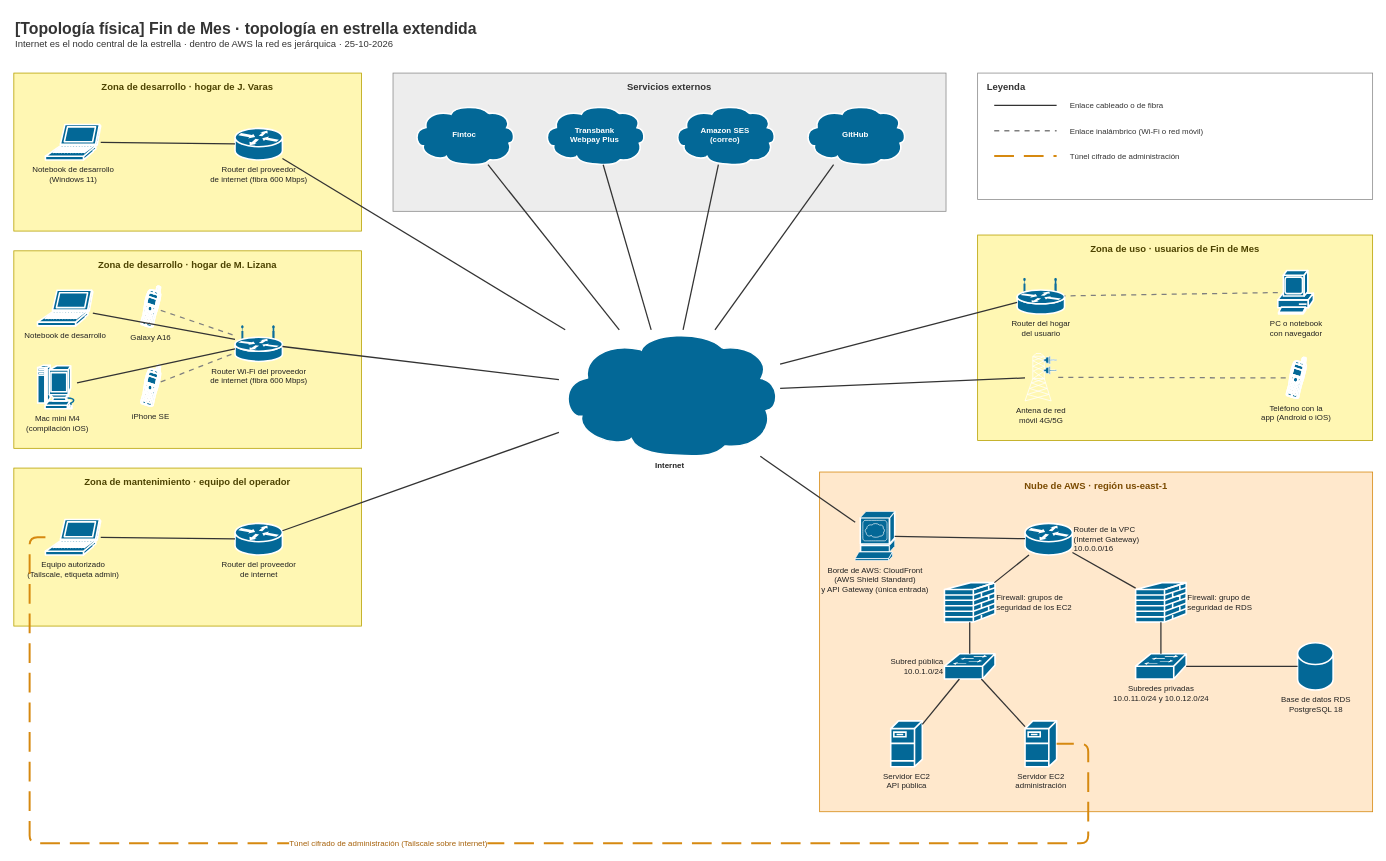
offlnr/findemes keeps this draw.io diagram as docs/diagrams/architecture/topologia-fisica.drawio. Above is the earlier version. Source tidied: cells renumbered, new cells numbered last; positions are measured from the earlier drawing's top-left corner, leaving out a move shared by most shapes. Both pictures are drawn from the tidied source at 79%, with x=0, y=0 at pixel (13, 13).
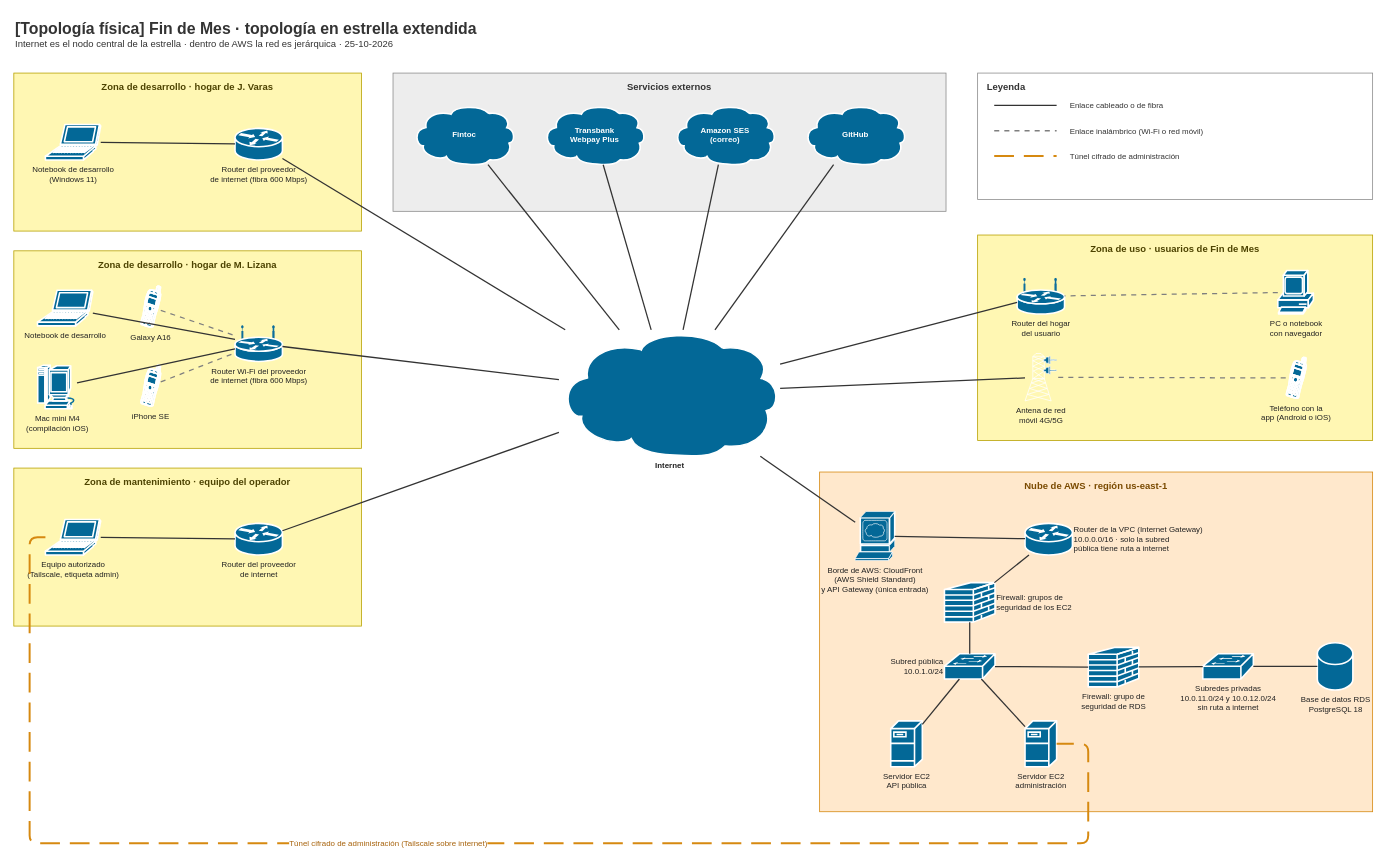
The same page after the edit.

Unchanged cells that the change refers to:
```xml
<mxCell id="26" value="Nube de AWS · región us-east-1" style="rounded=0;whiteSpace=wrap;html=1;fillColor=#FFE8CC;strokeColor=#D68910;fontColor=#7A4A00;align=center;verticalAlign=top;spacingTop=4;fontSize=12;fontStyle=1;" parent="1" vertex="1">
  <mxGeometry x="1020" y="580" width="700" height="430" as="geometry" />
</mxCell>
<mxCell id="31" value="Subred pública&lt;br&gt;10.0.1.0/24" style="html=1;dashed=0;fillColor=#036897;strokeColor=#ffffff;strokeWidth=2;verticalLabelPosition=bottom;verticalAlign=top;align=center;outlineConnect=0;fontSize=10;fontColor=#222222;shape=mxgraph.cisco.switches.workgroup_switch;labelPosition=left;verticalLabelPosition=middle;align=right;verticalAlign=middle;" parent="26" vertex="1">
  <mxGeometry x="158" y="230" width="64" height="32" as="geometry" />
</mxCell>
```

Diff of the diagram source:
```diff
@@
-    <mxCell id="28" value="Router de la VPC&lt;br&gt;(Internet Gateway)&lt;br&gt;10.0.0.0/16" style="html=1;dashed=0;fillColor=#036897;strokeColor=#ffffff;strokeWidth=2;verticalLabelPosition=bottom;verticalAlign=top;align=center;outlineConnect=0;fontSize=10;fontColor=#222222;shape=mxgraph.cisco.routers.router;labelPosition=right;verticalLabelPosition=middle;align=left;verticalAlign=middle;" parent="26" vertex="1">
+    <mxCell id="28" value="Router de la VPC (Internet Gateway)&lt;br&gt;10.0.0.0/16 · solo la subred&lt;br&gt;pública tiene ruta a internet" style="html=1;dashed=0;fillColor=#036897;strokeColor=#ffffff;strokeWidth=2;verticalLabelPosition=bottom;verticalAlign=top;align=center;outlineConnect=0;fontSize=10;fontColor=#222222;shape=mxgraph.cisco.routers.router;labelPosition=right;verticalLabelPosition=middle;align=left;verticalAlign=middle;" parent="26" vertex="1">
       <mxGeometry x="260" y="65" width="60" height="40" as="geometry" />
     </mxCell>
@@
-    <mxCell id="30" value="Firewall: grupo de&lt;br&gt;seguridad de RDS" style="html=1;dashed=0;fillColor=#036897;strokeColor=#ffffff;strokeWidth=2;verticalLabelPosition=bottom;verticalAlign=top;align=center;outlineConnect=0;fontSize=10;fontColor=#222222;shape=mxgraph.cisco.security.firewall;labelPosition=right;verticalLabelPosition=middle;align=left;verticalAlign=middle;" parent="26" vertex="1">
-      <mxGeometry x="400" y="140" width="64" height="50" as="geometry" />
+    <mxCell id="30" value="Firewall: grupo de&lt;br&gt;seguridad de RDS" style="html=1;dashed=0;fillColor=#036897;strokeColor=#ffffff;strokeWidth=2;verticalLabelPosition=bottom;verticalAlign=top;align=center;outlineConnect=0;fontSize=10;fontColor=#222222;shape=mxgraph.cisco.security.firewall;" parent="26" vertex="1">
+      <mxGeometry x="340" y="222" width="64" height="50" as="geometry" />
     </mxCell>
@@
-    <mxCell id="34" value="Subredes privadas&lt;br&gt;10.0.11.0/24 y 10.0.12.0/24" style="html=1;dashed=0;fillColor=#036897;strokeColor=#ffffff;strokeWidth=2;verticalLabelPosition=bottom;verticalAlign=top;align=center;outlineConnect=0;fontSize=10;fontColor=#222222;shape=mxgraph.cisco.switches.workgroup_switch;" parent="26" vertex="1">
-      <mxGeometry x="400" y="230" width="64" height="32" as="geometry" />
+    <mxCell id="34" value="Subredes privadas&lt;br&gt;10.0.11.0/24 y 10.0.12.0/24&lt;br&gt;sin ruta a internet" style="html=1;dashed=0;fillColor=#036897;strokeColor=#ffffff;strokeWidth=2;verticalLabelPosition=bottom;verticalAlign=top;align=center;outlineConnect=0;fontSize=10;fontColor=#222222;shape=mxgraph.cisco.switches.workgroup_switch;" parent="26" vertex="1">
+      <mxGeometry x="485" y="230" width="64" height="32" as="geometry" />
     </mxCell>
     <mxCell id="35" value="Base de datos RDS&lt;br&gt;PostgreSQL 18" style="html=1;dashed=0;fillColor=#036897;strokeColor=#ffffff;strokeWidth=2;verticalLabelPosition=bottom;verticalAlign=top;align=center;outlineConnect=0;fontSize=10;fontColor=#222222;shape=mxgraph.cisco.storage.relational_database;" parent="26" vertex="1">
-      <mxGeometry x="605" y="216" width="45" height="60" as="geometry" />
+      <mxGeometry x="630" y="216" width="45" height="60" as="geometry" />
     </mxCell>
@@
-    <mxCell id="57" style="endArrow=none;html=1;strokeColor=#333333;strokeWidth=1.6;rounded=0;" parent="26" edge="1" source="28" target="30">
+    <mxCell id="57" style="endArrow=none;html=1;strokeColor=#333333;strokeWidth=1.6;rounded=0;" parent="26" edge="1" source="31" target="30">
       <mxGeometry relative="1" as="geometry" />
     </mxCell>
```
